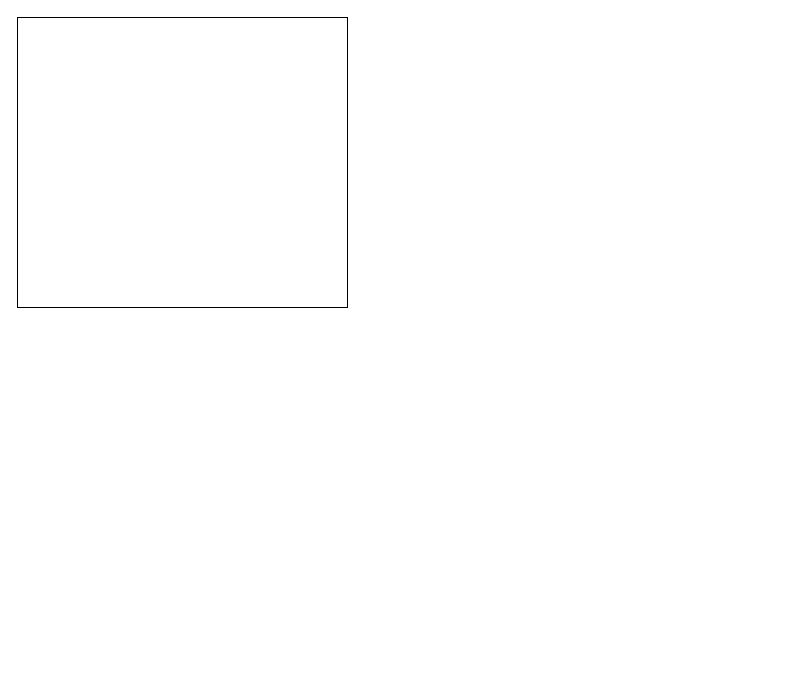
htetarkar2246/Restaurant_Storyboard keeps this draw.io diagram as Restaurant StoryBoard/restaurant.drawio. Above is the earlier version. Source tidied: cells renumbered, new cells numbered last; positions are measured from the earlier drawing's top-left corner, leaving out a move shared by most shapes. Both pictures are drawn from the tidied source at 100%, with x=0, y=0 at pixel (17, 17).
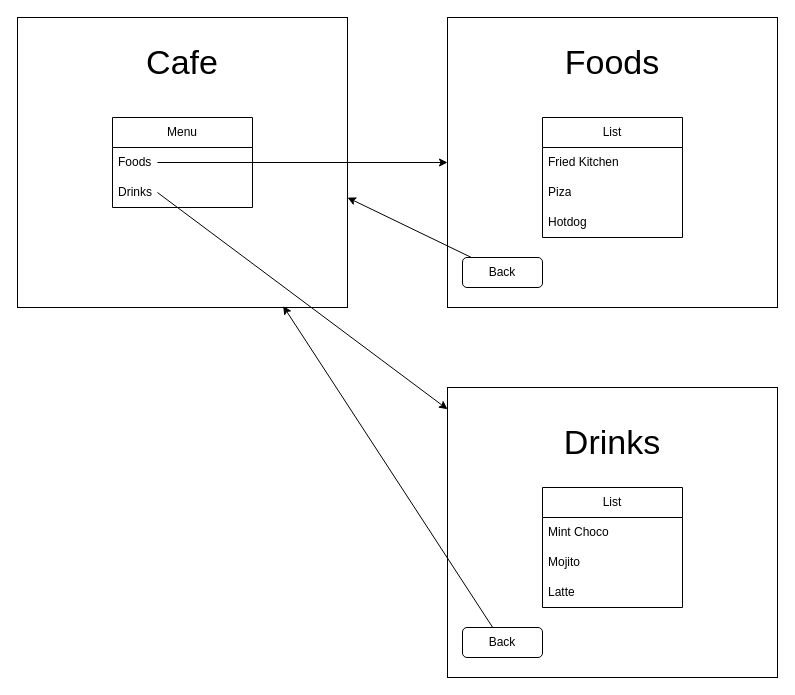
The same diagram, later.

The change refers to these unchanged cells:
```xml
<mxCell id="2" style="rounded=0;whiteSpace=wrap;html=1;" parent="1" vertex="1">
  <mxGeometry width="330" height="290" as="geometry" />
</mxCell>
```

What changed in the source:
```diff
@@
+    <mxCell id="3" value="&lt;font style=&quot;font-size: 34px;&quot;&gt;Cafe&lt;/font&gt;" style="text;html=1;align=center;verticalAlign=middle;whiteSpace=wrap;rounded=0;" parent="1" vertex="1">
+      <mxGeometry x="135" y="30" width="60" height="30" as="geometry" />
+    </mxCell>
+    <mxCell id="4" value="Menu" style="swimlane;fontStyle=0;horizontal=1;startSize=30;whiteSpace=wrap;html=1;" parent="1" vertex="1">
+      <mxGeometry x="95" y="100" width="140" height="90" as="geometry" />
+    </mxCell>
+    <mxCell id="5" value="Foods" style="text;strokeColor=none;fillColor=none;align=left;verticalAlign=middle;spacingLeft=4;spacingRight=4;overflow=hidden;points=[[0,0.5],[1,0.5]];portConstraint=eastwest;whiteSpace=wrap;html=1;" parent="4" vertex="1">
+      <mxGeometry y="30" width="140" height="30" as="geometry" />
+    </mxCell>
+    <mxCell id="6" value="Drinks" style="text;strokeColor=none;fillColor=none;align=left;verticalAlign=middle;spacingLeft=4;spacingRight=4;overflow=hidden;points=[[0,0.5],[1,0.5]];portConstraint=eastwest;whiteSpace=wrap;html=1;" parent="4" vertex="1">
+      <mxGeometry y="60" width="140" height="30" as="geometry" />
+    </mxCell>
+    <mxCell id="7" style="rounded=0;whiteSpace=wrap;html=1;" parent="1" vertex="1">
+      <mxGeometry x="430" width="330" height="290" as="geometry" />
+    </mxCell>
+    <mxCell id="8" value="&lt;span style=&quot;font-size: 34px;&quot;&gt;Foods&lt;/span&gt;" style="text;html=1;align=center;verticalAlign=middle;whiteSpace=wrap;rounded=0;" parent="1" vertex="1">
+      <mxGeometry x="565" y="30" width="60" height="30" as="geometry" />
+    </mxCell>
+    <mxCell id="9" style="endArrow=classic;html=1;rounded=0;exitX=0.321;exitY=0.5;exitDx=0;exitDy=0;exitPerimeter=0;" parent="1" edge="1" source="5" target="7">
+      <mxGeometry relative="1" as="geometry" />
+    </mxCell>
+    <mxCell id="10" value="List" style="swimlane;fontStyle=0;horizontal=1;startSize=30;whiteSpace=wrap;html=1;" parent="1" vertex="1">
+      <mxGeometry x="525" y="100" width="140" height="120" as="geometry" />
+    </mxCell>
+    <mxCell id="11" value="Fried Kitchen" style="text;strokeColor=none;fillColor=none;align=left;verticalAlign=middle;spacingLeft=4;spacingRight=4;overflow=hidden;whiteSpace=wrap;html=1;" parent="10" vertex="1">
+      <mxGeometry y="30" width="140" height="30" as="geometry" />
+    </mxCell>
+    <mxCell id="12" value="Piza" style="text;strokeColor=none;fillColor=none;align=left;verticalAlign=middle;spacingLeft=4;spacingRight=4;overflow=hidden;whiteSpace=wrap;html=1;" parent="10" vertex="1">
+      <mxGeometry y="60" width="140" height="30" as="geometry" />
+    </mxCell>
+    <mxCell id="13" value="Hotdog" style="text;strokeColor=none;fillColor=none;align=left;verticalAlign=middle;spacingLeft=4;spacingRight=4;overflow=hidden;whiteSpace=wrap;html=1;" parent="10" vertex="1">
+      <mxGeometry y="90" width="140" height="30" as="geometry" />
+    </mxCell>
+    <mxCell id="14" value="Back" style="rounded=1;whiteSpace=wrap;html=1;" parent="1" vertex="1">
+      <mxGeometry x="445" y="240" width="80" height="30" as="geometry" />
+    </mxCell>
+    <mxCell id="15" style="endArrow=classic;html=1;rounded=0;entryX=1;entryY=0.621;entryDx=0;entryDy=0;entryPerimeter=0;" parent="1" edge="1" source="14" target="2">
+      <mxGeometry relative="1" as="geometry" />
+    </mxCell>
+    <mxCell id="16" style="rounded=0;whiteSpace=wrap;html=1;" parent="1" vertex="1">
+      <mxGeometry x="430" y="370" width="330" height="290" as="geometry" />
+    </mxCell>
+    <mxCell id="17" value="List" style="swimlane;fontStyle=0;horizontal=1;startSize=30;whiteSpace=wrap;html=1;" parent="1" vertex="1">
+      <mxGeometry x="525" y="470" width="140" height="120" as="geometry" />
+    </mxCell>
+    <mxCell id="18" value="Mint Choco" style="text;strokeColor=none;fillColor=none;align=left;verticalAlign=middle;spacingLeft=4;spacingRight=4;overflow=hidden;whiteSpace=wrap;html=1;" parent="17" vertex="1">
+      <mxGeometry y="30" width="140" height="30" as="geometry" />
+    </mxCell>
+    <mxCell id="19" value="Mojito" style="text;strokeColor=none;fillColor=none;align=left;verticalAlign=middle;spacingLeft=4;spacingRight=4;overflow=hidden;whiteSpace=wrap;html=1;" parent="17" vertex="1">
+      <mxGeometry y="60" width="140" height="30" as="geometry" />
+    </mxCell>
+    <mxCell id="20" value="Latte" style="text;strokeColor=none;fillColor=none;align=left;verticalAlign=middle;spacingLeft=4;spacingRight=4;overflow=hidden;whiteSpace=wrap;html=1;" parent="17" vertex="1">
+      <mxGeometry y="90" width="140" height="30" as="geometry" />
+    </mxCell>
+    <mxCell id="21" value="Back" style="rounded=1;whiteSpace=wrap;html=1;" parent="1" vertex="1">
+      <mxGeometry x="445" y="610" width="80" height="30" as="geometry" />
+    </mxCell>
+    <mxCell id="22" value="&lt;span style=&quot;font-size: 34px;&quot;&gt;Drinks&lt;/span&gt;" style="text;html=1;align=center;verticalAlign=middle;whiteSpace=wrap;rounded=0;" parent="1" vertex="1">
+      <mxGeometry x="565" y="410" width="60" height="30" as="geometry" />
+    </mxCell>
+    <mxCell id="23" style="endArrow=classic;html=1;rounded=0;entryX=0.805;entryY=0.995;entryDx=0;entryDy=0;entryPerimeter=0;" parent="1" edge="1" source="21" target="2">
+      <mxGeometry relative="1" as="geometry" />
+    </mxCell>
+    <mxCell id="24" style="endArrow=classic;html=1;rounded=0;exitX=0.321;exitY=0.5;exitDx=0;exitDy=0;exitPerimeter=0;" parent="1" edge="1" source="6" target="16">
+      <mxGeometry relative="1" as="geometry" />
+    </mxCell>
```
